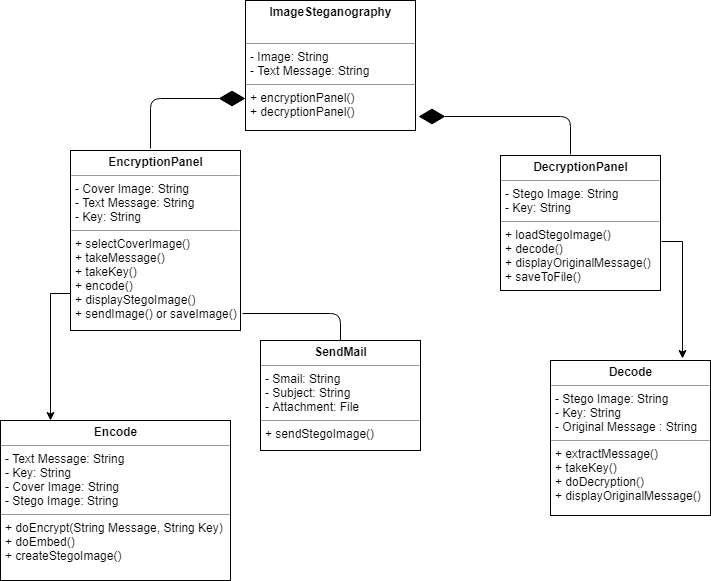
Earlier version of the draw.io export Documentation/Class Diagram.png (SupriyaAmatya/ImageSteganography). Source tidied: cells renumbered, new cells last; positions are measured from the earlier drawing's top-left corner, leaving out a move shared by most shapes.
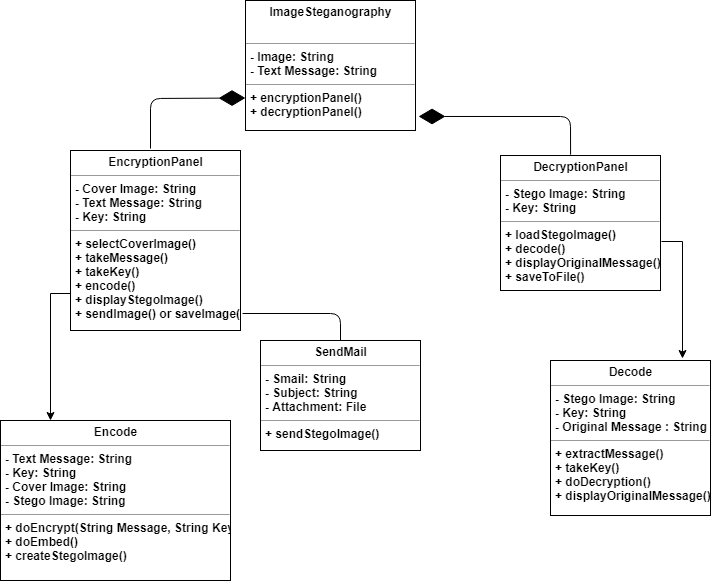
The same diagram one commit later.

Change to the diagram source:
```diff
@@ -2,7 +2,7 @@
   <root>
     <mxCell id="0" />
     <mxCell id="1" parent="0" />
-    <mxCell id="2" value="&lt;p style=&quot;margin: 0px ; margin-top: 4px ; text-align: center&quot;&gt;&lt;b&gt;ImageSteganography&lt;/b&gt;&lt;/p&gt;&lt;p style=&quot;margin: 0px ; margin-top: 4px ; text-align: center&quot;&gt;&lt;b&gt;&lt;br&gt;&lt;/b&gt;&lt;/p&gt;&lt;hr size=&quot;1&quot;&gt;&lt;p style=&quot;margin: 0px ; margin-left: 4px&quot;&gt;- Image: String&lt;/p&gt;&lt;p style=&quot;margin: 0px ; margin-left: 4px&quot;&gt;- Text Message: String&lt;/p&gt;&lt;hr size=&quot;1&quot;&gt;&lt;p style=&quot;margin: 0px ; margin-left: 4px&quot;&gt;+ encryptionPanel&lt;span&gt;()&lt;/span&gt;&lt;/p&gt;&lt;p style=&quot;margin: 0px ; margin-left: 4px&quot;&gt;&lt;span&gt;+ decryptionPanel()&amp;nbsp;&lt;/span&gt;&lt;/p&gt;" style="verticalAlign=top;align=left;overflow=fill;fontSize=12;fontFamily=Helvetica;html=1;" parent="1" vertex="1">
+    <mxCell id="2" value="&lt;p style=&quot;margin: 0px ; margin-top: 4px ; text-align: center&quot;&gt;&lt;span&gt;ImageSteganography&lt;/span&gt;&lt;/p&gt;&lt;p style=&quot;margin: 0px ; margin-top: 4px ; text-align: center&quot;&gt;&lt;span&gt;&lt;br&gt;&lt;/span&gt;&lt;/p&gt;&lt;hr size=&quot;1&quot;&gt;&lt;p style=&quot;margin: 0px ; margin-left: 4px&quot;&gt;- Image: String&lt;/p&gt;&lt;p style=&quot;margin: 0px ; margin-left: 4px&quot;&gt;- Text Message: String&lt;/p&gt;&lt;hr size=&quot;1&quot;&gt;&lt;p style=&quot;margin: 0px ; margin-left: 4px&quot;&gt;+ encryptionPanel&lt;span&gt;()&lt;/span&gt;&lt;/p&gt;&lt;p style=&quot;margin: 0px ; margin-left: 4px&quot;&gt;&lt;span&gt;+ decryptionPanel()&amp;nbsp;&lt;/span&gt;&lt;/p&gt;" style="verticalAlign=top;align=left;overflow=fill;fontSize=12;fontFamily=Helvetica;html=1;fontStyle=1;" parent="1" vertex="1">
       <mxGeometry x="245" width="170" height="130" as="geometry" />
     </mxCell>
     <mxCell id="3" style="edgeStyle=orthogonalEdgeStyle;rounded=0;jettySize=auto;html=1;exitX=0.006;exitY=0.795;exitDx=0;exitDy=0;fontSize=13;exitPerimeter=0;" parent="1" edge="1" source="4">
@@ -10,16 +10,16 @@
         <mxPoint x="50" y="420" as="targetPoint" />
       </mxGeometry>
     </mxCell>
-    <mxCell id="4" value="&lt;p style=&quot;margin: 0px ; margin-top: 4px ; text-align: center&quot;&gt;&lt;b&gt;EncryptionPanel&lt;/b&gt;&lt;/p&gt;&lt;hr size=&quot;1&quot;&gt;&lt;p style=&quot;margin: 0px ; margin-left: 4px&quot;&gt;- Cover Image: String&lt;/p&gt;&lt;p style=&quot;margin: 0px ; margin-left: 4px&quot;&gt;- Text Message: String&lt;/p&gt;&lt;p style=&quot;margin: 0px ; margin-left: 4px&quot;&gt;- Key: String&lt;/p&gt;&lt;hr size=&quot;1&quot;&gt;&lt;p style=&quot;margin: 0px ; margin-left: 4px&quot;&gt;+ selectCoverImage()&lt;/p&gt;&lt;p style=&quot;margin: 0px ; margin-left: 4px&quot;&gt;+ takeMessage()&lt;/p&gt;&lt;p style=&quot;margin: 0px ; margin-left: 4px&quot;&gt;+ takeKey()&lt;/p&gt;&lt;p style=&quot;margin: 0px ; margin-left: 4px&quot;&gt;+ encode()&lt;/p&gt;&lt;p style=&quot;margin: 0px ; margin-left: 4px&quot;&gt;+ displayStegoImage()&lt;/p&gt;&lt;p style=&quot;margin: 0px ; margin-left: 4px&quot;&gt;+ sendImage() or saveImage()&lt;/p&gt;" style="verticalAlign=top;align=left;overflow=fill;fontSize=12;fontFamily=Helvetica;html=1;" parent="1" vertex="1">
+    <mxCell id="4" value="&lt;p style=&quot;margin: 0px ; margin-top: 4px ; text-align: center&quot;&gt;&lt;span&gt;EncryptionPanel&lt;/span&gt;&lt;/p&gt;&lt;hr size=&quot;1&quot;&gt;&lt;p style=&quot;margin: 0px ; margin-left: 4px&quot;&gt;- Cover Image: String&lt;/p&gt;&lt;p style=&quot;margin: 0px ; margin-left: 4px&quot;&gt;- Text Message: String&lt;/p&gt;&lt;p style=&quot;margin: 0px ; margin-left: 4px&quot;&gt;- Key: String&lt;/p&gt;&lt;hr size=&quot;1&quot;&gt;&lt;p style=&quot;margin: 0px ; margin-left: 4px&quot;&gt;+ selectCoverImage()&lt;/p&gt;&lt;p style=&quot;margin: 0px ; margin-left: 4px&quot;&gt;+ takeMessage()&lt;/p&gt;&lt;p style=&quot;margin: 0px ; margin-left: 4px&quot;&gt;+ takeKey()&lt;/p&gt;&lt;p style=&quot;margin: 0px ; margin-left: 4px&quot;&gt;+ encode()&lt;/p&gt;&lt;p style=&quot;margin: 0px ; margin-left: 4px&quot;&gt;+ displayStegoImage()&lt;/p&gt;&lt;p style=&quot;margin: 0px ; margin-left: 4px&quot;&gt;+ sendImage() or saveImage()&lt;/p&gt;" style="verticalAlign=top;align=left;overflow=fill;fontSize=12;fontFamily=Helvetica;html=1;fontStyle=1;" parent="1" vertex="1">
       <mxGeometry x="70" y="150" width="170" height="180" as="geometry" />
     </mxCell>
     <mxCell id="5" style="edgeStyle=orthogonalEdgeStyle;rounded=0;jettySize=auto;html=1;fontSize=13;exitX=1.006;exitY=0.637;exitDx=0;exitDy=0;exitPerimeter=0;entryX=0.825;entryY=-0.013;entryDx=0;entryDy=0;entryPerimeter=0;" parent="1" edge="1" source="6" target="7">
       <mxGeometry relative="1" as="geometry" />
     </mxCell>
-    <mxCell id="6" value="&lt;p style=&quot;margin: 0px ; margin-top: 4px ; text-align: center&quot;&gt;&lt;b&gt;DecryptionPanel&lt;/b&gt;&lt;/p&gt;&lt;hr size=&quot;1&quot;&gt;&lt;p style=&quot;margin: 0px ; margin-left: 4px&quot;&gt;- Stego Image: String&lt;/p&gt;&lt;p style=&quot;margin: 0px ; margin-left: 4px&quot;&gt;- Key: String&lt;br&gt;&lt;/p&gt;&lt;hr size=&quot;1&quot;&gt;&lt;p style=&quot;margin: 0px ; margin-left: 4px&quot;&gt;+ loadStegoImage()&lt;/p&gt;&lt;p style=&quot;margin: 0px ; margin-left: 4px&quot;&gt;+ decode()&lt;/p&gt;&lt;p style=&quot;margin: 0px ; margin-left: 4px&quot;&gt;+ displayOriginalMessage()&lt;/p&gt;&lt;p style=&quot;margin: 0px ; margin-left: 4px&quot;&gt;+ saveToFile()&lt;/p&gt;" style="verticalAlign=top;align=left;overflow=fill;fontSize=12;fontFamily=Helvetica;html=1;" parent="1" vertex="1">
+    <mxCell id="6" value="&lt;p style=&quot;margin: 0px ; margin-top: 4px ; text-align: center&quot;&gt;&lt;span&gt;DecryptionPanel&lt;/span&gt;&lt;/p&gt;&lt;hr size=&quot;1&quot;&gt;&lt;p style=&quot;margin: 0px ; margin-left: 4px&quot;&gt;- Stego Image: String&lt;/p&gt;&lt;p style=&quot;margin: 0px ; margin-left: 4px&quot;&gt;- Key: String&lt;br&gt;&lt;/p&gt;&lt;hr size=&quot;1&quot;&gt;&lt;p style=&quot;margin: 0px ; margin-left: 4px&quot;&gt;+ loadStegoImage()&lt;/p&gt;&lt;p style=&quot;margin: 0px ; margin-left: 4px&quot;&gt;+ decode()&lt;/p&gt;&lt;p style=&quot;margin: 0px ; margin-left: 4px&quot;&gt;+ displayOriginalMessage()&lt;/p&gt;&lt;p style=&quot;margin: 0px ; margin-left: 4px&quot;&gt;+ saveToFile()&lt;/p&gt;" style="verticalAlign=top;align=left;overflow=fill;fontSize=12;fontFamily=Helvetica;html=1;fontStyle=1;" parent="1" vertex="1">
       <mxGeometry x="500" y="155" width="160" height="135" as="geometry" />
     </mxCell>
-    <mxCell id="7" value="&lt;p style=&quot;margin: 0px ; margin-top: 4px ; text-align: center&quot;&gt;&lt;b&gt;Decode&lt;/b&gt;&lt;/p&gt;&lt;hr size=&quot;1&quot;&gt;&lt;p style=&quot;margin: 0px ; margin-left: 4px&quot;&gt;- Stego Image: String&lt;/p&gt;&lt;p style=&quot;margin: 0px ; margin-left: 4px&quot;&gt;- Key: String&lt;/p&gt;&lt;p style=&quot;margin: 0px ; margin-left: 4px&quot;&gt;- Original Message : String&lt;/p&gt;&lt;hr size=&quot;1&quot;&gt;&lt;p style=&quot;margin: 0px ; margin-left: 4px&quot;&gt;&lt;span&gt;+ extractMessage()&lt;/span&gt;&lt;br&gt;&lt;/p&gt;&lt;p style=&quot;margin: 0px ; margin-left: 4px&quot;&gt;+ takeKey()&lt;/p&gt;&lt;p style=&quot;margin: 0px ; margin-left: 4px&quot;&gt;+ doDecryption()&lt;/p&gt;&lt;p style=&quot;margin: 0px ; margin-left: 4px&quot;&gt;+ displayOriginalMessage()&lt;/p&gt;" style="verticalAlign=top;align=left;overflow=fill;fontSize=12;fontFamily=Helvetica;html=1;" parent="1" vertex="1">
+    <mxCell id="7" value="&lt;p style=&quot;margin: 0px ; margin-top: 4px ; text-align: center&quot;&gt;&lt;span&gt;Decode&lt;/span&gt;&lt;/p&gt;&lt;hr size=&quot;1&quot;&gt;&lt;p style=&quot;margin: 0px ; margin-left: 4px&quot;&gt;- Stego Image: String&lt;/p&gt;&lt;p style=&quot;margin: 0px ; margin-left: 4px&quot;&gt;- Key: String&lt;/p&gt;&lt;p style=&quot;margin: 0px ; margin-left: 4px&quot;&gt;- Original Message : String&lt;/p&gt;&lt;hr size=&quot;1&quot;&gt;&lt;p style=&quot;margin: 0px ; margin-left: 4px&quot;&gt;&lt;span&gt;+ extractMessage()&lt;/span&gt;&lt;br&gt;&lt;/p&gt;&lt;p style=&quot;margin: 0px ; margin-left: 4px&quot;&gt;+ takeKey()&lt;/p&gt;&lt;p style=&quot;margin: 0px ; margin-left: 4px&quot;&gt;+ doDecryption()&lt;/p&gt;&lt;p style=&quot;margin: 0px ; margin-left: 4px&quot;&gt;+ displayOriginalMessage()&lt;/p&gt;" style="verticalAlign=top;align=left;overflow=fill;fontSize=12;fontFamily=Helvetica;html=1;fontStyle=1;" parent="1" vertex="1">
       <mxGeometry x="550" y="360" width="160" height="155" as="geometry" />
     </mxCell>
     <mxCell id="8" style="endArrow=diamondThin;endFill=1;endSize=24;html=1;fontSize=13;entryX=0;entryY=0.75;entryDx=0;entryDy=0;" parent="1" edge="1" target="2">
@@ -37,10 +37,10 @@
         </Array>
       </mxGeometry>
     </mxCell>
-    <mxCell id="10" value="&lt;p style=&quot;margin: 0px ; margin-top: 4px ; text-align: center&quot;&gt;&lt;b&gt;Encode&lt;/b&gt;&lt;/p&gt;&lt;hr size=&quot;1&quot;&gt;&lt;p style=&quot;margin: 0px ; margin-left: 4px&quot;&gt;&lt;span&gt;- Text Message: String&lt;/span&gt;&lt;br&gt;&lt;/p&gt;&lt;p style=&quot;margin: 0px ; margin-left: 4px&quot;&gt;- Key: String&lt;/p&gt;&lt;p style=&quot;margin: 0px ; margin-left: 4px&quot;&gt;- Cover Image: String&lt;/p&gt;&lt;p style=&quot;margin: 0px ; margin-left: 4px&quot;&gt;- Stego Image: String&lt;/p&gt;&lt;hr size=&quot;1&quot;&gt;&lt;p style=&quot;margin: 0px ; margin-left: 4px&quot;&gt;+ doEncrypt(String Message, String Key)&lt;/p&gt;&lt;p style=&quot;margin: 0px ; margin-left: 4px&quot;&gt;+ doEmbed()&lt;/p&gt;&lt;p style=&quot;margin: 0px ; margin-left: 4px&quot;&gt;+ createStegoImage()&lt;/p&gt;" style="verticalAlign=top;align=left;overflow=fill;fontSize=12;fontFamily=Helvetica;html=1;" parent="1" vertex="1">
+    <mxCell id="10" value="&lt;p style=&quot;margin: 0px ; margin-top: 4px ; text-align: center&quot;&gt;&lt;span&gt;Encode&lt;/span&gt;&lt;/p&gt;&lt;hr size=&quot;1&quot;&gt;&lt;p style=&quot;margin: 0px ; margin-left: 4px&quot;&gt;&lt;span&gt;- Text Message: String&lt;/span&gt;&lt;br&gt;&lt;/p&gt;&lt;p style=&quot;margin: 0px ; margin-left: 4px&quot;&gt;- Key: String&lt;/p&gt;&lt;p style=&quot;margin: 0px ; margin-left: 4px&quot;&gt;- Cover Image: String&lt;/p&gt;&lt;p style=&quot;margin: 0px ; margin-left: 4px&quot;&gt;- Stego Image: String&lt;/p&gt;&lt;hr size=&quot;1&quot;&gt;&lt;p style=&quot;margin: 0px ; margin-left: 4px&quot;&gt;+ doEncrypt(String Message, String Key)&lt;/p&gt;&lt;p style=&quot;margin: 0px ; margin-left: 4px&quot;&gt;+ doEmbed()&lt;/p&gt;&lt;p style=&quot;margin: 0px ; margin-left: 4px&quot;&gt;+ createStegoImage()&lt;/p&gt;" style="verticalAlign=top;align=left;overflow=fill;fontSize=12;fontFamily=Helvetica;html=1;fontStyle=1;" parent="1" vertex="1">
       <mxGeometry y="420" width="230" height="160" as="geometry" />
     </mxCell>
-    <mxCell id="11" value="&lt;p style=&quot;margin: 0px ; margin-top: 4px ; text-align: center&quot;&gt;&lt;b&gt;SendMail&lt;/b&gt;&lt;/p&gt;&lt;hr size=&quot;1&quot;&gt;&lt;p style=&quot;margin: 0px ; margin-left: 4px&quot;&gt;- Smail: String&lt;/p&gt;&lt;p style=&quot;margin: 0px ; margin-left: 4px&quot;&gt;- Subject: String&lt;/p&gt;&lt;p style=&quot;margin: 0px ; margin-left: 4px&quot;&gt;- Attachment: File&lt;/p&gt;&lt;hr size=&quot;1&quot;&gt;&lt;p style=&quot;margin: 0px ; margin-left: 4px&quot;&gt;+ sendStegoImage()&lt;/p&gt;" style="verticalAlign=top;align=left;overflow=fill;fontSize=12;fontFamily=Helvetica;html=1;" parent="1" vertex="1">
+    <mxCell id="11" value="&lt;p style=&quot;margin: 0px ; margin-top: 4px ; text-align: center&quot;&gt;&lt;span&gt;SendMail&lt;/span&gt;&lt;/p&gt;&lt;hr size=&quot;1&quot;&gt;&lt;p style=&quot;margin: 0px ; margin-left: 4px&quot;&gt;- Smail: String&lt;/p&gt;&lt;p style=&quot;margin: 0px ; margin-left: 4px&quot;&gt;- Subject: String&lt;/p&gt;&lt;p style=&quot;margin: 0px ; margin-left: 4px&quot;&gt;- Attachment: File&lt;/p&gt;&lt;hr size=&quot;1&quot;&gt;&lt;p style=&quot;margin: 0px ; margin-left: 4px&quot;&gt;+ sendStegoImage()&lt;/p&gt;" style="verticalAlign=top;align=left;overflow=fill;fontSize=12;fontFamily=Helvetica;html=1;fontStyle=1;" parent="1" vertex="1">
       <mxGeometry x="260" y="340" width="160" height="110" as="geometry" />
     </mxCell>
     <mxCell id="12" style="endArrow=none;html=1;edgeStyle=orthogonalEdgeStyle;fontSize=13;exitX=1.013;exitY=0.906;exitDx=0;exitDy=0;exitPerimeter=0;entryX=0.5;entryY=0;entryDx=0;entryDy=0;" parent="1" edge="1" source="4" target="11">
```
